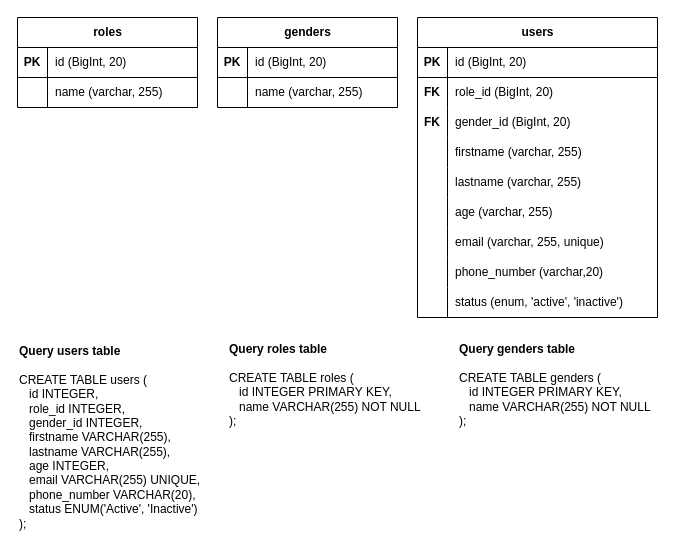
antoniluthfi/tugas-sql-normalization-3nf keeps this draw.io diagram as sql-task.drawio. Above is the earlier version. Source tidied: cells renumbered, new cells numbered last; positions are measured from the earlier drawing's top-left corner, leaving out a move shared by most shapes. Both pictures are drawn from the tidied source at 100%, with x=0, y=0 at pixel (17, 17).
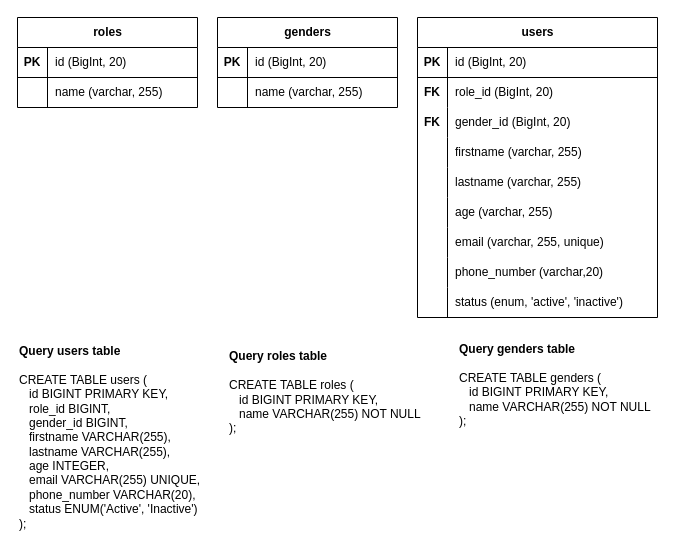
Above is the later version.

What changed in the source:
```diff
@@
-    <mxCell id="46" value="&lt;b&gt;Query users table&lt;/b&gt;&lt;br&gt;&lt;br&gt;&lt;div&gt;CREATE TABLE users (&lt;/div&gt;&lt;div&gt;&amp;nbsp; &amp;nbsp;id INTEGER,&lt;/div&gt;&lt;div&gt;&amp;nbsp; &amp;nbsp;role_id INTEGER,&lt;/div&gt;&lt;div&gt;&amp;nbsp; &amp;nbsp;gender_id INTEGER,&lt;/div&gt;&lt;div&gt;&amp;nbsp; &amp;nbsp;firstname VARCHAR(255),&lt;/div&gt;&lt;div&gt;&amp;nbsp; &amp;nbsp;lastname VARCHAR(255),&lt;/div&gt;&lt;div&gt;&amp;nbsp; &amp;nbsp;age INTEGER,&lt;/div&gt;&lt;div&gt;&amp;nbsp; &amp;nbsp;email VARCHAR(255) UNIQUE,&lt;/div&gt;&lt;div&gt;&amp;nbsp; &amp;nbsp;phone_number VARCHAR(20),&lt;/div&gt;&lt;div&gt;&amp;nbsp; &amp;nbsp;status ENUM('Active', 'Inactive')&lt;/div&gt;&lt;div&gt;);&lt;/div&gt;" style="text;html=1;align=left;verticalAlign=middle;strokeColor=none;fillColor=none;" parent="1" vertex="1">
+    <mxCell id="46" value="&lt;b&gt;Query users table&lt;/b&gt;&lt;br&gt;&lt;br&gt;&lt;div&gt;CREATE TABLE users (&lt;/div&gt;&amp;nbsp; &amp;nbsp;id BIGINT PRIMARY KEY&lt;span style=&quot;background-color: initial;&quot;&gt;,&lt;/span&gt;&lt;br&gt;&lt;div&gt;&amp;nbsp; &amp;nbsp;role_id BIGINT,&lt;/div&gt;&lt;div&gt;&amp;nbsp; &amp;nbsp;gender_id BIGINT,&lt;/div&gt;&lt;div&gt;&amp;nbsp; &amp;nbsp;firstname VARCHAR(255),&lt;/div&gt;&lt;div&gt;&amp;nbsp; &amp;nbsp;lastname VARCHAR(255),&lt;/div&gt;&lt;div&gt;&amp;nbsp; &amp;nbsp;age INTEGER,&lt;/div&gt;&lt;div&gt;&amp;nbsp; &amp;nbsp;email VARCHAR(255) UNIQUE,&lt;/div&gt;&lt;div&gt;&amp;nbsp; &amp;nbsp;phone_number VARCHAR(20),&lt;/div&gt;&lt;div&gt;&amp;nbsp; &amp;nbsp;status ENUM('Active', 'Inactive')&lt;/div&gt;&lt;div&gt;);&lt;/div&gt;" style="text;html=1;align=left;verticalAlign=middle;strokeColor=none;fillColor=none;" parent="1" vertex="1">
       <mxGeometry y="320" width="200" height="200" as="geometry" />
     </mxCell>
-    <mxCell id="47" value="&lt;b&gt;Query roles table&lt;/b&gt;&lt;br&gt;&lt;br&gt;&lt;div&gt;&lt;div&gt;CREATE TABLE roles (&lt;/div&gt;&lt;div&gt;&amp;nbsp; &amp;nbsp;id INTEGER PRIMARY KEY,&lt;/div&gt;&lt;div&gt;&amp;nbsp; &amp;nbsp;name VARCHAR(255) NOT NULL&lt;/div&gt;&lt;div&gt;);&lt;/div&gt;&lt;/div&gt;&lt;div&gt;&lt;br&gt;&lt;/div&gt;" style="text;html=1;align=left;verticalAlign=middle;strokeColor=none;fillColor=none;" parent="1" vertex="1">
-      <mxGeometry x="210" y="320" width="220" height="110" as="geometry" />
+    <mxCell id="47" value="&lt;b&gt;Query roles table&lt;/b&gt;&lt;br&gt;&lt;br&gt;&lt;div&gt;&lt;div&gt;CREATE TABLE roles (&lt;/div&gt;&lt;div&gt;&amp;nbsp; &amp;nbsp;id BIGINT PRIMARY KEY,&lt;/div&gt;&lt;div&gt;&amp;nbsp; &amp;nbsp;name VARCHAR(255) NOT NULL&lt;/div&gt;&lt;div&gt;);&lt;/div&gt;&lt;/div&gt;" style="text;html=1;align=left;verticalAlign=middle;strokeColor=none;fillColor=none;" parent="1" vertex="1">
+      <mxGeometry x="210" y="325" width="220" height="100" as="geometry" />
     </mxCell>
-    <mxCell id="48" value="&lt;b&gt;Query genders table&lt;/b&gt;&lt;br&gt;&lt;br&gt;&lt;div&gt;&lt;div&gt;CREATE TABLE genders (&lt;/div&gt;&lt;div&gt;&amp;nbsp; &amp;nbsp;id INTEGER PRIMARY KEY,&lt;/div&gt;&lt;div&gt;&amp;nbsp; &amp;nbsp;name VARCHAR(255) NOT NULL&lt;/div&gt;&lt;div&gt;);&lt;/div&gt;&lt;/div&gt;&lt;div&gt;&lt;br&gt;&lt;/div&gt;" style="text;html=1;align=left;verticalAlign=middle;strokeColor=none;fillColor=none;" parent="1" vertex="1">
+    <mxCell id="48" value="&lt;b&gt;Query genders table&lt;/b&gt;&lt;br&gt;&lt;br&gt;&lt;div&gt;&lt;div&gt;CREATE TABLE genders (&lt;/div&gt;&lt;div&gt;&amp;nbsp; &amp;nbsp;id BIGINT&amp;nbsp;PRIMARY KEY,&lt;/div&gt;&lt;div&gt;&amp;nbsp; &amp;nbsp;name VARCHAR(255) NOT NULL&lt;/div&gt;&lt;div&gt;);&lt;/div&gt;&lt;/div&gt;&lt;div&gt;&lt;br&gt;&lt;/div&gt;" style="text;html=1;align=left;verticalAlign=middle;strokeColor=none;fillColor=none;" parent="1" vertex="1">
       <mxGeometry x="440" y="320" width="220" height="110" as="geometry" />
     </mxCell>
```
